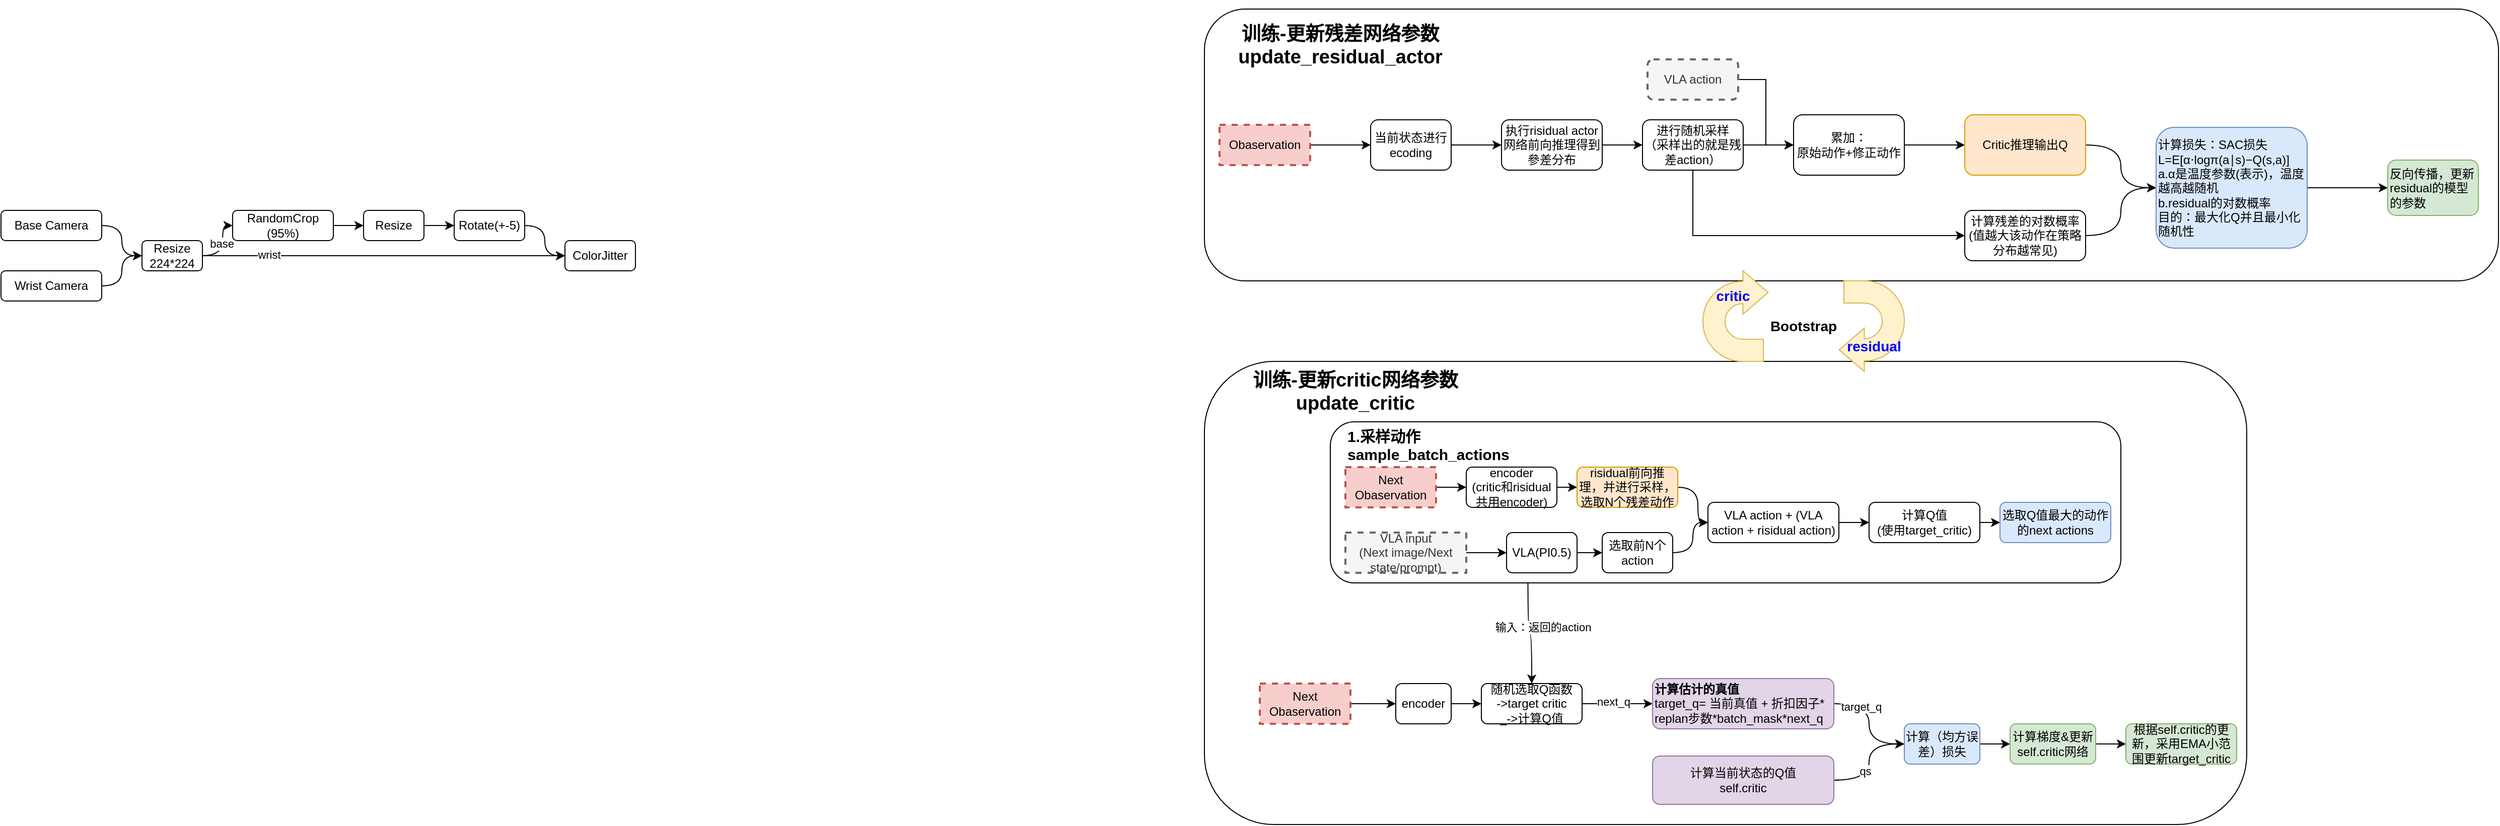
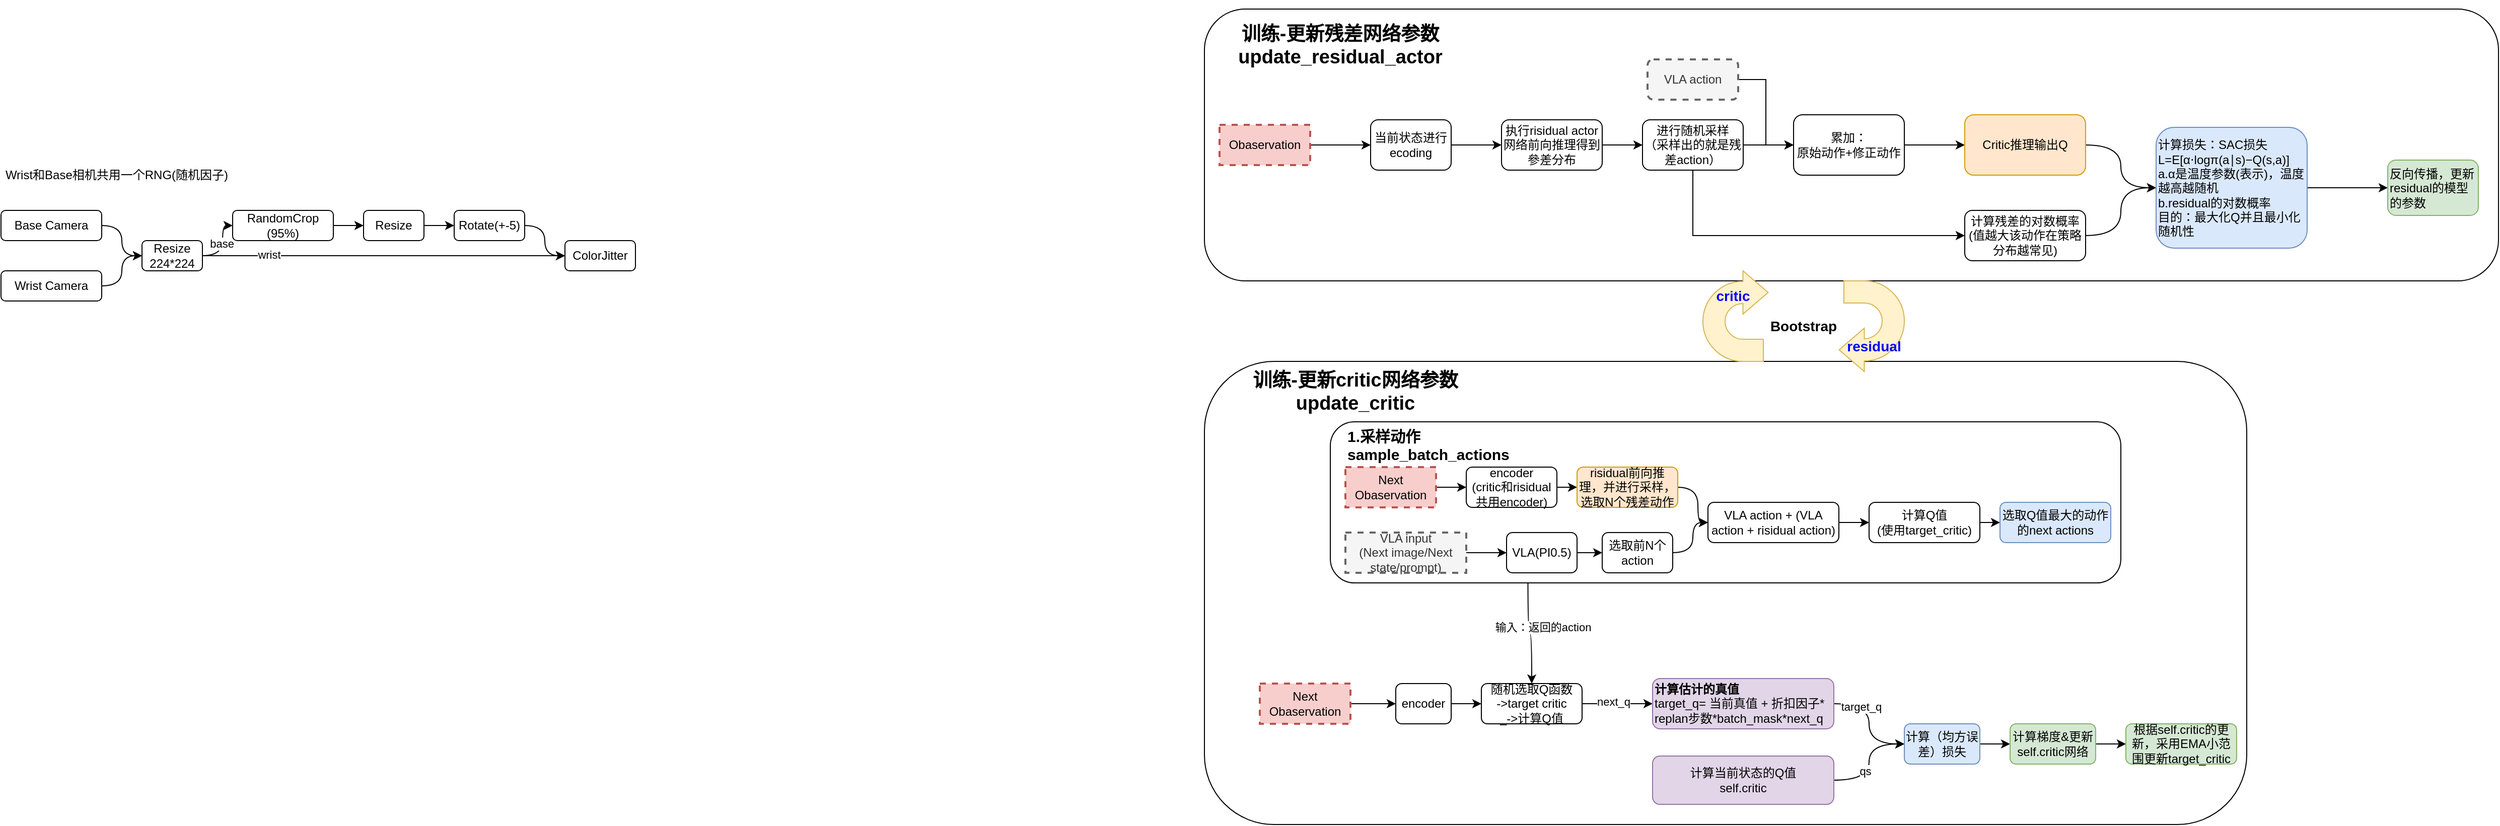
<mxfile host="app.diagrams.net">
  <diagram name="第 1 页" id="Xl2nalXjscSPXPMrPieM">
-     <mxGraphModel dx="2050" dy="1125" grid="1" gridSize="10" guides="1" tooltips="1" connect="1" arrows="1" fold="1" page="1" pageScale="1" pageWidth="827" pageHeight="1169" math="0" shadow="0">
+     <mxGraphModel dx="2474" dy="2330" grid="1" gridSize="10" guides="1" tooltips="1" connect="1" arrows="1" fold="1" page="1" pageScale="1" pageWidth="827" pageHeight="1169" math="0" shadow="0">
      <root>
        <mxCell id="0" />
        <mxCell id="1" parent="0" />
        <mxCell id="5m5IZYSdE89hOnIhnB_D-75" parent="1" style="rounded=1;whiteSpace=wrap;html=1;" value="" vertex="1">
          <mxGeometry height="460" width="1035" x="-55" y="540" as="geometry" />
        </mxCell>
        <mxCell id="5m5IZYSdE89hOnIhnB_D-59" edge="1" parent="1" source="5m5IZYSdE89hOnIhnB_D-50" style="edgeStyle=orthogonalEdgeStyle;curved=1;rounded=0;orthogonalLoop=1;jettySize=auto;html=1;exitX=0.25;exitY=1;exitDx=0;exitDy=0;entryX=0.5;entryY=0;entryDx=0;entryDy=0;" target="5m5IZYSdE89hOnIhnB_D-56">
          <mxGeometry relative="1" as="geometry" />
        </mxCell>
        <mxCell id="5m5IZYSdE89hOnIhnB_D-60" connectable="0" parent="5m5IZYSdE89hOnIhnB_D-59" style="edgeLabel;html=1;align=center;verticalAlign=middle;resizable=0;points=[];" value="输入：返回的action" vertex="1">
          <mxGeometry relative="1" x="-0.1644" y="4" as="geometry">
            <mxPoint x="10" as="offset" />
          </mxGeometry>
        </mxCell>
        <mxCell id="5m5IZYSdE89hOnIhnB_D-22" parent="1" style="rounded=1;whiteSpace=wrap;html=1;" value="" vertex="1">
          <mxGeometry height="270" width="1285" x="-55" y="190" as="geometry" />
        </mxCell>
        <mxCell id="5m5IZYSdE89hOnIhnB_D-3" edge="1" parent="1" source="5m5IZYSdE89hOnIhnB_D-1" style="edgeStyle=orthogonalEdgeStyle;rounded=0;orthogonalLoop=1;jettySize=auto;html=1;" target="5m5IZYSdE89hOnIhnB_D-2" value="">
          <mxGeometry relative="1" as="geometry" />
        </mxCell>
        <mxCell id="5m5IZYSdE89hOnIhnB_D-1" parent="1" style="rounded=1;whiteSpace=wrap;html=1;" value="当前状态进行ecoding" vertex="1">
          <mxGeometry height="50" width="80" x="110" y="300" as="geometry" />
        </mxCell>
        <mxCell id="5m5IZYSdE89hOnIhnB_D-5" edge="1" parent="1" source="5m5IZYSdE89hOnIhnB_D-2" style="edgeStyle=orthogonalEdgeStyle;rounded=0;orthogonalLoop=1;jettySize=auto;html=1;" target="5m5IZYSdE89hOnIhnB_D-4" value="">
          <mxGeometry relative="1" as="geometry" />
        </mxCell>
        <mxCell id="5m5IZYSdE89hOnIhnB_D-2" parent="1" style="rounded=1;whiteSpace=wrap;html=1;" value="执行risidual actor网络前向推理得到參差分布" vertex="1">
          <mxGeometry height="50" width="100" x="240" y="300" as="geometry" />
        </mxCell>
        <mxCell id="5m5IZYSdE89hOnIhnB_D-7" edge="1" parent="1" source="5m5IZYSdE89hOnIhnB_D-4" style="edgeStyle=orthogonalEdgeStyle;rounded=0;orthogonalLoop=1;jettySize=auto;html=1;exitX=0.5;exitY=1;exitDx=0;exitDy=0;entryX=0;entryY=0.5;entryDx=0;entryDy=0;" target="5m5IZYSdE89hOnIhnB_D-6" value="">
          <mxGeometry relative="1" as="geometry" />
        </mxCell>
        <mxCell id="5m5IZYSdE89hOnIhnB_D-14" edge="1" parent="1" source="5m5IZYSdE89hOnIhnB_D-4" style="edgeStyle=orthogonalEdgeStyle;rounded=0;orthogonalLoop=1;jettySize=auto;html=1;exitX=1;exitY=0.5;exitDx=0;exitDy=0;entryX=0;entryY=0.5;entryDx=0;entryDy=0;" target="5m5IZYSdE89hOnIhnB_D-12">
          <mxGeometry relative="1" as="geometry" />
        </mxCell>
        <mxCell id="5m5IZYSdE89hOnIhnB_D-4" parent="1" style="rounded=1;whiteSpace=wrap;html=1;" value="进行随机采样&lt;br&gt;（采样出的就是残差action）" vertex="1">
          <mxGeometry height="50" width="100" x="380" y="300" as="geometry" />
        </mxCell>
        <mxCell id="5m5IZYSdE89hOnIhnB_D-19" edge="1" parent="1" source="5m5IZYSdE89hOnIhnB_D-6" style="edgeStyle=orthogonalEdgeStyle;rounded=0;orthogonalLoop=1;jettySize=auto;html=1;exitX=1;exitY=0.5;exitDx=0;exitDy=0;entryX=0;entryY=0.5;entryDx=0;entryDy=0;curved=1;" target="5m5IZYSdE89hOnIhnB_D-17">
          <mxGeometry relative="1" as="geometry" />
        </mxCell>
        <mxCell id="5m5IZYSdE89hOnIhnB_D-6" parent="1" style="rounded=1;whiteSpace=wrap;html=1;" value="计算残差的对数概率&lt;br&gt;(值越大该动作在策略分布越常见)" vertex="1">
          <mxGeometry height="50" width="120" x="700" y="390" as="geometry" />
        </mxCell>
        <mxCell id="5m5IZYSdE89hOnIhnB_D-9" edge="1" parent="1" source="5m5IZYSdE89hOnIhnB_D-8" style="edgeStyle=orthogonalEdgeStyle;rounded=0;orthogonalLoop=1;jettySize=auto;html=1;exitX=1;exitY=0.5;exitDx=0;exitDy=0;entryX=0;entryY=0.5;entryDx=0;entryDy=0;" target="5m5IZYSdE89hOnIhnB_D-1">
          <mxGeometry relative="1" as="geometry" />
        </mxCell>
        <mxCell id="5m5IZYSdE89hOnIhnB_D-8" parent="1" style="rounded=0;whiteSpace=wrap;html=1;fillColor=#f8cecc;strokeColor=#b85450;dashed=1;strokeWidth=2;" value="Obaservation" vertex="1">
          <mxGeometry height="40" width="90" x="-40" y="305" as="geometry" />
        </mxCell>
        <mxCell id="5m5IZYSdE89hOnIhnB_D-13" edge="1" parent="1" source="5m5IZYSdE89hOnIhnB_D-10" style="edgeStyle=orthogonalEdgeStyle;rounded=0;orthogonalLoop=1;jettySize=auto;html=1;exitX=1;exitY=0.5;exitDx=0;exitDy=0;entryX=0;entryY=0.5;entryDx=0;entryDy=0;" target="5m5IZYSdE89hOnIhnB_D-12">
          <mxGeometry relative="1" as="geometry" />
        </mxCell>
        <mxCell id="5m5IZYSdE89hOnIhnB_D-10" parent="1" style="rounded=1;whiteSpace=wrap;html=1;fillColor=#f5f5f5;fontColor=#333333;strokeColor=#666666;dashed=1;strokeWidth=2;" value="VLA action" vertex="1">
          <mxGeometry height="40" width="90" x="385" y="240" as="geometry" />
        </mxCell>
        <mxCell id="5m5IZYSdE89hOnIhnB_D-16" edge="1" parent="1" source="5m5IZYSdE89hOnIhnB_D-12" style="edgeStyle=orthogonalEdgeStyle;rounded=0;orthogonalLoop=1;jettySize=auto;html=1;exitX=1;exitY=0.5;exitDx=0;exitDy=0;entryX=0;entryY=0.5;entryDx=0;entryDy=0;" target="5m5IZYSdE89hOnIhnB_D-15">
          <mxGeometry relative="1" as="geometry" />
        </mxCell>
        <mxCell id="5m5IZYSdE89hOnIhnB_D-12" parent="1" style="rounded=1;whiteSpace=wrap;html=1;" value="累加：&lt;br&gt;原始动作+修正动作" vertex="1">
          <mxGeometry height="60" width="110" x="530" y="295" as="geometry" />
        </mxCell>
        <mxCell id="5m5IZYSdE89hOnIhnB_D-18" edge="1" parent="1" source="5m5IZYSdE89hOnIhnB_D-15" style="edgeStyle=orthogonalEdgeStyle;rounded=0;orthogonalLoop=1;jettySize=auto;html=1;exitX=1;exitY=0.5;exitDx=0;exitDy=0;entryX=0;entryY=0.5;entryDx=0;entryDy=0;curved=1;" target="5m5IZYSdE89hOnIhnB_D-17">
          <mxGeometry relative="1" as="geometry" />
        </mxCell>
        <mxCell id="5m5IZYSdE89hOnIhnB_D-15" parent="1" style="rounded=1;whiteSpace=wrap;html=1;fillColor=#ffe6cc;strokeColor=#d79b00;" value="Critic推理输出Q" vertex="1">
          <mxGeometry height="60" width="120" x="700" y="295" as="geometry" />
        </mxCell>
        <mxCell id="5m5IZYSdE89hOnIhnB_D-21" edge="1" parent="1" source="5m5IZYSdE89hOnIhnB_D-17" style="edgeStyle=orthogonalEdgeStyle;curved=1;rounded=0;orthogonalLoop=1;jettySize=auto;html=1;" target="5m5IZYSdE89hOnIhnB_D-20" value="">
          <mxGeometry relative="1" as="geometry" />
        </mxCell>
        <mxCell id="5m5IZYSdE89hOnIhnB_D-17" parent="1" style="rounded=1;whiteSpace=wrap;html=1;align=left;fillColor=#dae8fc;strokeColor=#6c8ebf;" value="计算损失：SAC损失&lt;br&gt;L=E[α⋅logπ(a∣s)−Q(s,a)]&lt;div&gt;a.α是温度参数(表示)，温度越高越随机&lt;br&gt;b.residual的对数概率&lt;br&gt;目的：最大化Q并且最小化随机性&lt;/div&gt;" vertex="1">
          <mxGeometry height="120" width="150" x="890" y="307.5" as="geometry" />
        </mxCell>
        <mxCell id="5m5IZYSdE89hOnIhnB_D-20" parent="1" style="rounded=1;whiteSpace=wrap;html=1;align=left;fillColor=#d5e8d4;strokeColor=#82b366;" value="反向传播，更新residual的模型的参数" vertex="1">
          <mxGeometry height="55" width="90" x="1120" y="340" as="geometry" />
        </mxCell>
        <mxCell id="5m5IZYSdE89hOnIhnB_D-23" parent="1" style="text;html=1;whiteSpace=wrap;strokeColor=none;fillColor=none;align=center;verticalAlign=middle;rounded=0;fontStyle=1;fontSize=19;" value="&lt;br&gt;训练-更新残差网络参数update_residual_actor" vertex="1">
          <mxGeometry height="30" width="220" x="-30" y="200" as="geometry" />
        </mxCell>
        <mxCell id="5m5IZYSdE89hOnIhnB_D-55" edge="1" parent="1" source="5m5IZYSdE89hOnIhnB_D-53" style="edgeStyle=orthogonalEdgeStyle;curved=1;rounded=0;orthogonalLoop=1;jettySize=auto;html=1;exitX=1;exitY=0.5;exitDx=0;exitDy=0;entryX=0;entryY=0.5;entryDx=0;entryDy=0;" target="5m5IZYSdE89hOnIhnB_D-54">
          <mxGeometry relative="1" as="geometry" />
        </mxCell>
        <mxCell id="5m5IZYSdE89hOnIhnB_D-53" parent="1" style="rounded=0;whiteSpace=wrap;html=1;fillColor=#f8cecc;strokeColor=#b85450;dashed=1;strokeWidth=2;" value="Next&lt;br&gt;Obaservation" vertex="1">
          <mxGeometry height="40" width="90" y="860" as="geometry" />
        </mxCell>
        <mxCell id="5m5IZYSdE89hOnIhnB_D-57" edge="1" parent="1" source="5m5IZYSdE89hOnIhnB_D-54" style="edgeStyle=orthogonalEdgeStyle;curved=1;rounded=0;orthogonalLoop=1;jettySize=auto;html=1;" target="5m5IZYSdE89hOnIhnB_D-56" value="">
          <mxGeometry relative="1" as="geometry" />
        </mxCell>
        <mxCell id="5m5IZYSdE89hOnIhnB_D-54" parent="1" style="rounded=1;whiteSpace=wrap;html=1;strokeWidth=1;" value="encoder" vertex="1">
          <mxGeometry height="40" width="55" x="135" y="860" as="geometry" />
        </mxCell>
        <mxCell id="5m5IZYSdE89hOnIhnB_D-64" edge="1" parent="1" source="5m5IZYSdE89hOnIhnB_D-56" style="edgeStyle=orthogonalEdgeStyle;curved=1;rounded=0;orthogonalLoop=1;jettySize=auto;html=1;" target="5m5IZYSdE89hOnIhnB_D-63" value="">
          <mxGeometry relative="1" as="geometry" />
        </mxCell>
        <mxCell id="5m5IZYSdE89hOnIhnB_D-65" connectable="0" parent="5m5IZYSdE89hOnIhnB_D-64" style="edgeLabel;html=1;align=center;verticalAlign=middle;resizable=0;points=[];" value="next_q" vertex="1">
          <mxGeometry relative="1" x="-0.1202" y="2" as="geometry">
            <mxPoint as="offset" />
          </mxGeometry>
        </mxCell>
        <mxCell id="5m5IZYSdE89hOnIhnB_D-56" parent="1" style="rounded=1;whiteSpace=wrap;html=1;strokeWidth=1;" value="随机选取Q函数&lt;br&gt;-&amp;gt;target critic&lt;div&gt;_-&amp;gt;计算Q值&lt;/div&gt;" vertex="1">
          <mxGeometry height="40" width="100" x="220" y="860" as="geometry" />
        </mxCell>
        <mxCell id="5m5IZYSdE89hOnIhnB_D-67" edge="1" parent="1" source="5m5IZYSdE89hOnIhnB_D-63" style="edgeStyle=orthogonalEdgeStyle;curved=1;rounded=0;orthogonalLoop=1;jettySize=auto;html=1;" target="5m5IZYSdE89hOnIhnB_D-66" value="">
          <mxGeometry relative="1" as="geometry" />
        </mxCell>
        <mxCell id="5m5IZYSdE89hOnIhnB_D-70" connectable="0" parent="5m5IZYSdE89hOnIhnB_D-67" style="edgeLabel;html=1;align=center;verticalAlign=middle;resizable=0;points=[];" value="target_q" vertex="1">
          <mxGeometry relative="1" x="-0.5152" y="-3" as="geometry">
            <mxPoint as="offset" />
          </mxGeometry>
        </mxCell>
        <mxCell id="5m5IZYSdE89hOnIhnB_D-63" parent="1" style="rounded=1;whiteSpace=wrap;html=1;strokeWidth=1;align=left;fillColor=#e1d5e7;strokeColor=#9673a6;" value="&lt;b&gt;计算估计的真值&lt;/b&gt;&lt;br&gt;target_q= 当前真值 + 折扣因子* replan步数*batch_mask*next_q" vertex="1">
          <mxGeometry height="50" width="180" x="390" y="855" as="geometry" />
        </mxCell>
        <mxCell id="5m5IZYSdE89hOnIhnB_D-74" edge="1" parent="1" source="5m5IZYSdE89hOnIhnB_D-66" style="edgeStyle=orthogonalEdgeStyle;curved=1;rounded=0;orthogonalLoop=1;jettySize=auto;html=1;" target="5m5IZYSdE89hOnIhnB_D-73" value="">
          <mxGeometry relative="1" as="geometry" />
        </mxCell>
        <mxCell id="5m5IZYSdE89hOnIhnB_D-66" parent="1" style="whiteSpace=wrap;html=1;align=center;rounded=1;strokeWidth=1;fillColor=#dae8fc;strokeColor=#6c8ebf;" value="计算（均方误差）损失" vertex="1">
          <mxGeometry height="40" width="75" x="640" y="900" as="geometry" />
        </mxCell>
        <mxCell id="5m5IZYSdE89hOnIhnB_D-69" edge="1" parent="1" source="5m5IZYSdE89hOnIhnB_D-68" style="edgeStyle=orthogonalEdgeStyle;curved=1;rounded=0;orthogonalLoop=1;jettySize=auto;html=1;exitX=1;exitY=0.5;exitDx=0;exitDy=0;entryX=0;entryY=0.5;entryDx=0;entryDy=0;" target="5m5IZYSdE89hOnIhnB_D-66">
          <mxGeometry relative="1" as="geometry" />
        </mxCell>
        <mxCell id="5m5IZYSdE89hOnIhnB_D-72" connectable="0" parent="5m5IZYSdE89hOnIhnB_D-69" style="edgeLabel;html=1;align=center;verticalAlign=middle;resizable=0;points=[];" value="qs" vertex="1">
          <mxGeometry relative="1" x="-0.1592" y="4" as="geometry">
            <mxPoint as="offset" />
          </mxGeometry>
        </mxCell>
        <mxCell id="5m5IZYSdE89hOnIhnB_D-68" parent="1" style="rounded=1;whiteSpace=wrap;html=1;strokeWidth=1;fillColor=#e1d5e7;strokeColor=#9673a6;" value="计算当前状态的Q值&lt;br&gt;self.critic" vertex="1">
          <mxGeometry height="48" width="180" x="390" y="932" as="geometry" />
        </mxCell>
        <mxCell id="5m5IZYSdE89hOnIhnB_D-78" edge="1" parent="1" source="5m5IZYSdE89hOnIhnB_D-73" style="edgeStyle=orthogonalEdgeStyle;curved=1;rounded=0;orthogonalLoop=1;jettySize=auto;html=1;" target="5m5IZYSdE89hOnIhnB_D-77" value="">
          <mxGeometry relative="1" as="geometry" />
        </mxCell>
        <mxCell id="5m5IZYSdE89hOnIhnB_D-73" parent="1" style="whiteSpace=wrap;html=1;align=center;rounded=1;strokeWidth=1;fillColor=#d5e8d4;strokeColor=#82b366;" value="计算梯度&amp;amp;更新self.critic网络" vertex="1">
          <mxGeometry height="40" width="85" x="745" y="900" as="geometry" />
        </mxCell>
        <mxCell id="5m5IZYSdE89hOnIhnB_D-76" parent="1" style="text;html=1;whiteSpace=wrap;strokeColor=none;fillColor=none;align=center;verticalAlign=middle;rounded=0;fontStyle=1;fontSize=19;" value="训练-更新critic网络参数&lt;br&gt;update_critic" vertex="1">
          <mxGeometry height="40" width="220" x="-15" y="550" as="geometry" />
        </mxCell>
        <mxCell id="5m5IZYSdE89hOnIhnB_D-77" parent="1" style="whiteSpace=wrap;html=1;align=center;rounded=1;strokeWidth=1;fillColor=#d5e8d4;strokeColor=#82b366;" value="根据self.critic的更新，采用EMA小范围更新target_critic" vertex="1">
          <mxGeometry height="40" width="110" x="860" y="900" as="geometry" />
        </mxCell>
        <mxCell id="5m5IZYSdE89hOnIhnB_D-79" connectable="0" parent="1" style="group" value="" vertex="1">
          <mxGeometry height="160" width="785" x="70" y="600" as="geometry" />
        </mxCell>
        <mxCell id="5m5IZYSdE89hOnIhnB_D-50" parent="5m5IZYSdE89hOnIhnB_D-79" style="rounded=1;whiteSpace=wrap;html=1;" value="" vertex="1">
          <mxGeometry height="160" width="785" as="geometry" />
        </mxCell>
        <mxCell id="5m5IZYSdE89hOnIhnB_D-39" edge="1" parent="5m5IZYSdE89hOnIhnB_D-79" source="5m5IZYSdE89hOnIhnB_D-32" style="edgeStyle=orthogonalEdgeStyle;curved=1;rounded=0;orthogonalLoop=1;jettySize=auto;html=1;exitX=1;exitY=0.5;exitDx=0;exitDy=0;entryX=0;entryY=0.5;entryDx=0;entryDy=0;" target="5m5IZYSdE89hOnIhnB_D-38">
          <mxGeometry relative="1" as="geometry" />
        </mxCell>
        <mxCell id="5m5IZYSdE89hOnIhnB_D-32" parent="5m5IZYSdE89hOnIhnB_D-79" style="rounded=0;whiteSpace=wrap;html=1;fillColor=#f8cecc;strokeColor=#b85450;dashed=1;strokeWidth=2;" value="Next&lt;br&gt;Obaservation" vertex="1">
          <mxGeometry height="40" width="90" x="15" y="45" as="geometry" />
        </mxCell>
        <mxCell id="5m5IZYSdE89hOnIhnB_D-35" edge="1" parent="5m5IZYSdE89hOnIhnB_D-79" source="5m5IZYSdE89hOnIhnB_D-33" style="edgeStyle=orthogonalEdgeStyle;curved=1;rounded=0;orthogonalLoop=1;jettySize=auto;html=1;" target="5m5IZYSdE89hOnIhnB_D-34" value="">
          <mxGeometry relative="1" as="geometry" />
        </mxCell>
        <mxCell id="5m5IZYSdE89hOnIhnB_D-33" parent="5m5IZYSdE89hOnIhnB_D-79" style="rounded=0;whiteSpace=wrap;html=1;fillColor=#f5f5f5;fontColor=#333333;strokeColor=#666666;dashed=1;strokeWidth=2;" value="VLA input&lt;br&gt;(Next image/Next state/prompt)" vertex="1">
          <mxGeometry height="40" width="120" x="15" y="110" as="geometry" />
        </mxCell>
        <mxCell id="5m5IZYSdE89hOnIhnB_D-37" edge="1" parent="5m5IZYSdE89hOnIhnB_D-79" source="5m5IZYSdE89hOnIhnB_D-34" style="edgeStyle=orthogonalEdgeStyle;curved=1;rounded=0;orthogonalLoop=1;jettySize=auto;html=1;" target="5m5IZYSdE89hOnIhnB_D-36" value="">
          <mxGeometry relative="1" as="geometry" />
        </mxCell>
        <mxCell id="5m5IZYSdE89hOnIhnB_D-34" parent="5m5IZYSdE89hOnIhnB_D-79" style="rounded=1;whiteSpace=wrap;html=1;strokeWidth=1;" value="VLA(PI0.5)" vertex="1">
          <mxGeometry height="40" width="70" x="175" y="110" as="geometry" />
        </mxCell>
        <mxCell id="5m5IZYSdE89hOnIhnB_D-44" edge="1" parent="5m5IZYSdE89hOnIhnB_D-79" source="5m5IZYSdE89hOnIhnB_D-36" style="edgeStyle=orthogonalEdgeStyle;curved=1;rounded=0;orthogonalLoop=1;jettySize=auto;html=1;exitX=1;exitY=0.5;exitDx=0;exitDy=0;entryX=0;entryY=0.5;entryDx=0;entryDy=0;" target="5m5IZYSdE89hOnIhnB_D-43">
          <mxGeometry relative="1" as="geometry" />
        </mxCell>
        <mxCell id="5m5IZYSdE89hOnIhnB_D-36" parent="5m5IZYSdE89hOnIhnB_D-79" style="rounded=1;whiteSpace=wrap;html=1;strokeWidth=1;" value="选取前N个action" vertex="1">
          <mxGeometry height="40" width="70" x="270" y="110" as="geometry" />
        </mxCell>
        <mxCell id="5m5IZYSdE89hOnIhnB_D-41" edge="1" parent="5m5IZYSdE89hOnIhnB_D-79" source="5m5IZYSdE89hOnIhnB_D-38" style="edgeStyle=orthogonalEdgeStyle;curved=1;rounded=0;orthogonalLoop=1;jettySize=auto;html=1;" target="5m5IZYSdE89hOnIhnB_D-40" value="">
          <mxGeometry relative="1" as="geometry" />
        </mxCell>
        <mxCell id="5m5IZYSdE89hOnIhnB_D-38" parent="5m5IZYSdE89hOnIhnB_D-79" style="rounded=1;whiteSpace=wrap;html=1;strokeWidth=1;" value="encoder&lt;div&gt;(critic和risidual共用encoder)&lt;/div&gt;" vertex="1">
          <mxGeometry height="40" width="90" x="135" y="45" as="geometry" />
        </mxCell>
        <mxCell id="5m5IZYSdE89hOnIhnB_D-45" edge="1" parent="5m5IZYSdE89hOnIhnB_D-79" source="5m5IZYSdE89hOnIhnB_D-40" style="edgeStyle=orthogonalEdgeStyle;curved=1;rounded=0;orthogonalLoop=1;jettySize=auto;html=1;exitX=1;exitY=0.5;exitDx=0;exitDy=0;entryX=0;entryY=0.5;entryDx=0;entryDy=0;" target="5m5IZYSdE89hOnIhnB_D-43">
          <mxGeometry relative="1" as="geometry" />
        </mxCell>
        <mxCell id="5m5IZYSdE89hOnIhnB_D-40" parent="5m5IZYSdE89hOnIhnB_D-79" style="rounded=1;whiteSpace=wrap;html=1;strokeWidth=1;fillColor=#ffe6cc;strokeColor=#d79b00;" value="risidual前向推理，并进行采样，选取N个残差动作" vertex="1">
          <mxGeometry height="40" width="100" x="245" y="45" as="geometry" />
        </mxCell>
        <mxCell id="5m5IZYSdE89hOnIhnB_D-47" edge="1" parent="5m5IZYSdE89hOnIhnB_D-79" source="5m5IZYSdE89hOnIhnB_D-43" style="edgeStyle=orthogonalEdgeStyle;curved=1;rounded=0;orthogonalLoop=1;jettySize=auto;html=1;exitX=1;exitY=0.5;exitDx=0;exitDy=0;entryX=0;entryY=0.5;entryDx=0;entryDy=0;" target="5m5IZYSdE89hOnIhnB_D-46">
          <mxGeometry relative="1" as="geometry" />
        </mxCell>
        <mxCell id="5m5IZYSdE89hOnIhnB_D-43" parent="5m5IZYSdE89hOnIhnB_D-79" style="rounded=1;whiteSpace=wrap;html=1;strokeWidth=1;" value="VLA action + (VLA action + risidual action)" vertex="1">
          <mxGeometry height="40" width="130" x="375" y="80" as="geometry" />
        </mxCell>
        <mxCell id="5m5IZYSdE89hOnIhnB_D-49" edge="1" parent="5m5IZYSdE89hOnIhnB_D-79" source="5m5IZYSdE89hOnIhnB_D-46" style="edgeStyle=orthogonalEdgeStyle;curved=1;rounded=0;orthogonalLoop=1;jettySize=auto;html=1;" target="5m5IZYSdE89hOnIhnB_D-48" value="">
          <mxGeometry relative="1" as="geometry" />
        </mxCell>
        <mxCell id="5m5IZYSdE89hOnIhnB_D-46" parent="5m5IZYSdE89hOnIhnB_D-79" style="rounded=1;whiteSpace=wrap;html=1;strokeWidth=1;" value="计算Q值&lt;br&gt;(使用target_critic)" vertex="1">
          <mxGeometry height="40" width="110" x="535" y="80" as="geometry" />
        </mxCell>
        <mxCell id="5m5IZYSdE89hOnIhnB_D-48" parent="5m5IZYSdE89hOnIhnB_D-79" style="rounded=1;whiteSpace=wrap;html=1;strokeWidth=1;fillColor=#dae8fc;strokeColor=#6c8ebf;" value="选取Q值最大的动作&lt;br&gt;的next actions" vertex="1">
          <mxGeometry height="40" width="110" x="665" y="80" as="geometry" />
        </mxCell>
        <mxCell id="5m5IZYSdE89hOnIhnB_D-51" parent="5m5IZYSdE89hOnIhnB_D-79" style="text;html=1;whiteSpace=wrap;strokeColor=none;fillColor=none;align=left;verticalAlign=middle;rounded=0;fontStyle=1;fontSize=15;" value="1.采样动作&lt;br&gt;sample_batch_actions" vertex="1">
          <mxGeometry height="30" width="220" x="15" y="8" as="geometry" />
        </mxCell>
        <mxCell id="5m5IZYSdE89hOnIhnB_D-82" parent="1" style="html=1;shadow=0;dashed=0;align=center;verticalAlign=middle;shape=mxgraph.arrows2.uTurnArrow;dy=11;arrowHead=43;dx2=25;fillColor=#fff2cc;strokeColor=#d6b656;" value="" vertex="1">
          <mxGeometry height="90" width="60" x="440" y="450" as="geometry" />
        </mxCell>
        <mxCell id="5m5IZYSdE89hOnIhnB_D-83" parent="1" style="html=1;shadow=0;dashed=0;align=center;verticalAlign=middle;shape=mxgraph.arrows2.uTurnArrow;dy=11;arrowHead=43;dx2=25;rotation=-180;fillColor=#fff2cc;strokeColor=#d6b656;" value="&amp;nbsp; " vertex="1">
          <mxGeometry height="90" width="60" x="580" y="460" as="geometry" />
        </mxCell>
        <mxCell id="5m5IZYSdE89hOnIhnB_D-84" parent="1" style="text;html=1;whiteSpace=wrap;strokeColor=none;fillColor=none;align=center;verticalAlign=middle;rounded=0;fontStyle=1;fontSize=14;" value="Bootstrap" vertex="1">
          <mxGeometry height="30" width="60" x="510" y="490" as="geometry" />
        </mxCell>
        <mxCell id="5m5IZYSdE89hOnIhnB_D-85" parent="1" style="text;html=1;whiteSpace=wrap;strokeColor=none;fillColor=none;align=center;verticalAlign=middle;rounded=0;fontStyle=1;fontColor=#0000FF;fontSize=14;" value="critic" vertex="1">
          <mxGeometry height="30" width="60" x="440" y="460" as="geometry" />
        </mxCell>
        <mxCell id="5m5IZYSdE89hOnIhnB_D-86" parent="1" style="text;html=1;whiteSpace=wrap;strokeColor=none;fillColor=none;align=center;verticalAlign=middle;rounded=0;fontStyle=1;fontColor=#0000FF;fontSize=14;" value="residual" vertex="1">
          <mxGeometry height="30" width="60" x="580" y="510" as="geometry" />
        </mxCell>
        <mxCell id="5m5IZYSdE89hOnIhnB_D-99" edge="1" parent="1" source="5m5IZYSdE89hOnIhnB_D-87" style="edgeStyle=orthogonalEdgeStyle;curved=1;rounded=0;orthogonalLoop=1;jettySize=auto;html=1;exitX=1;exitY=0.5;exitDx=0;exitDy=0;entryX=0;entryY=0.5;entryDx=0;entryDy=0;" target="5m5IZYSdE89hOnIhnB_D-89">
          <mxGeometry relative="1" as="geometry" />
        </mxCell>
        <mxCell id="5m5IZYSdE89hOnIhnB_D-87" parent="1" style="rounded=1;whiteSpace=wrap;html=1;" value="Base Camera" vertex="1">
          <mxGeometry height="30" width="100" x="-1250" y="390" as="geometry" />
        </mxCell>
        <mxCell id="5m5IZYSdE89hOnIhnB_D-98" edge="1" parent="1" source="5m5IZYSdE89hOnIhnB_D-88" style="edgeStyle=orthogonalEdgeStyle;curved=1;rounded=0;orthogonalLoop=1;jettySize=auto;html=1;exitX=1;exitY=0.5;exitDx=0;exitDy=0;entryX=0;entryY=0.5;entryDx=0;entryDy=0;" target="5m5IZYSdE89hOnIhnB_D-89">
          <mxGeometry relative="1" as="geometry" />
        </mxCell>
        <mxCell id="5m5IZYSdE89hOnIhnB_D-88" parent="1" style="rounded=1;whiteSpace=wrap;html=1;" value="Wrist Camera" vertex="1">
          <mxGeometry height="30" width="100" x="-1250" y="450" as="geometry" />
        </mxCell>
        <mxCell id="5m5IZYSdE89hOnIhnB_D-97" edge="1" parent="1" source="5m5IZYSdE89hOnIhnB_D-89" style="edgeStyle=orthogonalEdgeStyle;curved=1;rounded=0;orthogonalLoop=1;jettySize=auto;html=1;exitX=1;exitY=0.5;exitDx=0;exitDy=0;entryX=0;entryY=0.5;entryDx=0;entryDy=0;" target="5m5IZYSdE89hOnIhnB_D-90">
          <mxGeometry relative="1" as="geometry" />
        </mxCell>
        <mxCell id="5m5IZYSdE89hOnIhnB_D-101" connectable="0" parent="5m5IZYSdE89hOnIhnB_D-97" style="edgeLabel;html=1;align=center;verticalAlign=middle;resizable=0;points=[];" value="base" vertex="1">
          <mxGeometry relative="1" x="0.0815" y="1" as="geometry">
            <mxPoint as="offset" />
          </mxGeometry>
        </mxCell>
        <mxCell id="5m5IZYSdE89hOnIhnB_D-100" edge="1" parent="1" source="5m5IZYSdE89hOnIhnB_D-89" style="edgeStyle=orthogonalEdgeStyle;curved=1;rounded=0;orthogonalLoop=1;jettySize=auto;html=1;exitX=1;exitY=0.5;exitDx=0;exitDy=0;entryX=0;entryY=0.5;entryDx=0;entryDy=0;" target="5m5IZYSdE89hOnIhnB_D-95">
          <mxGeometry relative="1" as="geometry" />
        </mxCell>
        <mxCell id="5m5IZYSdE89hOnIhnB_D-102" connectable="0" parent="5m5IZYSdE89hOnIhnB_D-100" style="edgeLabel;html=1;align=center;verticalAlign=middle;resizable=0;points=[];" value="wrist" vertex="1">
          <mxGeometry relative="1" x="-0.634" y="1" as="geometry">
            <mxPoint as="offset" />
          </mxGeometry>
        </mxCell>
        <mxCell id="5m5IZYSdE89hOnIhnB_D-89" parent="1" style="rounded=1;whiteSpace=wrap;html=1;" value="Resize&lt;div&gt;224*224&lt;/div&gt;" vertex="1">
          <mxGeometry height="30" width="60" x="-1110" y="420" as="geometry" />
        </mxCell>
        <mxCell id="5m5IZYSdE89hOnIhnB_D-92" edge="1" parent="1" source="5m5IZYSdE89hOnIhnB_D-90" style="edgeStyle=orthogonalEdgeStyle;curved=1;rounded=0;orthogonalLoop=1;jettySize=auto;html=1;" target="5m5IZYSdE89hOnIhnB_D-91" value="">
          <mxGeometry relative="1" as="geometry" />
        </mxCell>
        <mxCell id="5m5IZYSdE89hOnIhnB_D-90" parent="1" style="rounded=1;whiteSpace=wrap;html=1;" value="RandomCrop&lt;br&gt;(95%)" vertex="1">
          <mxGeometry height="30" width="100" x="-1020" y="390" as="geometry" />
        </mxCell>
        <mxCell id="5m5IZYSdE89hOnIhnB_D-94" edge="1" parent="1" source="5m5IZYSdE89hOnIhnB_D-91" style="edgeStyle=orthogonalEdgeStyle;curved=1;rounded=0;orthogonalLoop=1;jettySize=auto;html=1;" target="5m5IZYSdE89hOnIhnB_D-93" value="">
          <mxGeometry relative="1" as="geometry" />
        </mxCell>
        <mxCell id="5m5IZYSdE89hOnIhnB_D-91" parent="1" style="rounded=1;whiteSpace=wrap;html=1;" value="Resize" vertex="1">
          <mxGeometry height="30" width="60" x="-890" y="390" as="geometry" />
        </mxCell>
        <mxCell id="5m5IZYSdE89hOnIhnB_D-96" edge="1" parent="1" source="5m5IZYSdE89hOnIhnB_D-93" style="edgeStyle=orthogonalEdgeStyle;curved=1;rounded=0;orthogonalLoop=1;jettySize=auto;html=1;" target="5m5IZYSdE89hOnIhnB_D-95" value="">
          <mxGeometry relative="1" as="geometry" />
        </mxCell>
        <mxCell id="5m5IZYSdE89hOnIhnB_D-93" parent="1" style="rounded=1;whiteSpace=wrap;html=1;" value="Rotate(+-5)" vertex="1">
          <mxGeometry height="30" width="70" x="-800" y="390" as="geometry" />
        </mxCell>
        <mxCell id="5m5IZYSdE89hOnIhnB_D-95" parent="1" style="rounded=1;whiteSpace=wrap;html=1;" value="ColorJitter" vertex="1">
          <mxGeometry height="30" width="70" x="-690" y="420" as="geometry" />
        </mxCell>
+         <mxCell id="5m5IZYSdE89hOnIhnB_D-103" parent="1" style="text;html=1;whiteSpace=wrap;strokeColor=none;fillColor=none;align=center;verticalAlign=middle;rounded=0;" value="Wrist和Base相机共用一个RNG(随机因子)" vertex="1">
+           <mxGeometry height="30" width="230" x="-1250" y="340" as="geometry" />
+         </mxCell>
      </root>
    </mxGraphModel>
  </diagram>
</mxfile>
